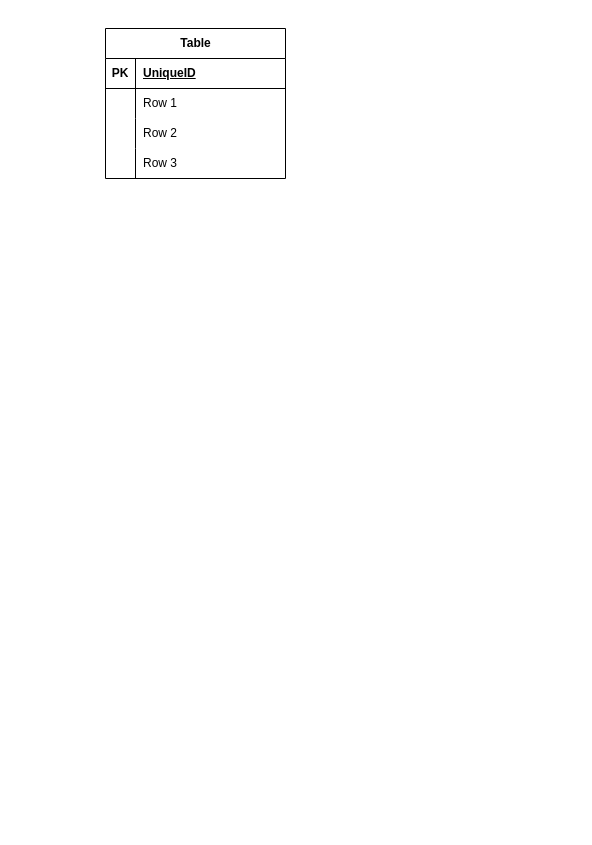
The draw.io diagram Neimenovani dijagram.drawio in storiaca/sql-baze, before the edit. Source tidied: cells renumbered, new cells numbered last; positions are measured from the earlier drawing's top-left corner, leaving out a move shared by most shapes. Both pictures are drawn from the tidied source at 100%, with x=0, y=0 at pixel (105, 28).
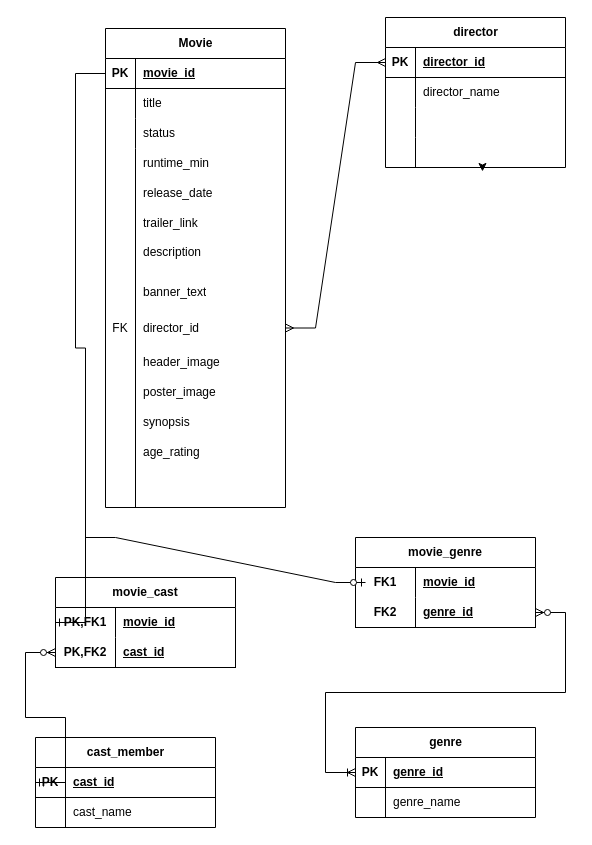
The same diagram, later.

The change refers to these unchanged cells:
```xml
<mxCell id="3" style="shape=tableRow;horizontal=0;startSize=0;swimlaneHead=0;swimlaneBody=0;fillColor=none;points=[[0,0.5],[1,0.5]];portConstraint=eastwest;top=0;left=0;right=0;bottom=1;" parent="2" vertex="1">
  <mxGeometry y="30" width="180" height="30" as="geometry" />
</mxCell>
<mxCell id="6" style="shape=tableRow;horizontal=0;startSize=0;swimlaneHead=0;swimlaneBody=0;fillColor=none;top=0;left=0;right=0;bottom=0;" parent="2" vertex="1">
  <mxGeometry y="60" width="180" height="30" as="geometry" />
</mxCell>
<mxCell id="9" style="shape=tableRow;horizontal=0;startSize=0;swimlaneHead=0;swimlaneBody=0;fillColor=none;top=0;left=0;right=0;bottom=0;" parent="2" vertex="1">
  <mxGeometry y="90" width="180" height="30" as="geometry" />
</mxCell>
```

What changed in the source:
```diff
@@
-    <mxCell id="2" value="Table" style="shape=table;startSize=30;childLayout=tableLayout;rowLines=0;fontStyle=1;align=center;html=1;" parent="1" vertex="1">
-      <mxGeometry width="180" height="150" as="geometry" />
+    <mxCell id="2" value="Movie" style="shape=table;startSize=30;childLayout=tableLayout;rowLines=0;fontStyle=1;align=center;html=1;" parent="1" vertex="1">
+      <mxGeometry width="180" height="479" as="geometry" />
     </mxCell>
@@
-    <mxCell id="5" value="UniqueID" style="shape=partialRectangle;fillColor=none;top=0;left=0;bottom=0;right=0;align=left;spacingLeft=6;fontStyle=5;overflow=hidden;whiteSpace=wrap;html=1;" parent="3" vertex="1">
+    <mxCell id="5" value="movie_id" style="shape=partialRectangle;fillColor=none;top=0;left=0;bottom=0;right=0;align=left;spacingLeft=6;fontStyle=5;overflow=hidden;whiteSpace=wrap;html=1;" parent="3" vertex="1">
       <mxGeometry x="30" width="150" height="30" as="geometry" />
     </mxCell>
@@
-    <mxCell id="8" value="Row 1" style="shape=partialRectangle;fillColor=none;top=0;left=0;bottom=0;right=0;align=left;spacingLeft=6;overflow=hidden;whiteSpace=wrap;html=1;" parent="6" vertex="1">
+    <mxCell id="8" value="title" style="shape=partialRectangle;fillColor=none;top=0;left=0;bottom=0;right=0;align=left;spacingLeft=6;overflow=hidden;whiteSpace=wrap;html=1;" parent="6" vertex="1">
       <mxGeometry x="30" width="150" height="30" as="geometry" />
     </mxCell>
@@
-    <mxCell id="11" value="Row 2" style="shape=partialRectangle;fillColor=none;top=0;left=0;bottom=0;right=0;align=left;spacingLeft=6;overflow=hidden;whiteSpace=wrap;html=1;" parent="9" vertex="1">
+    <mxCell id="11" value="status" style="shape=partialRectangle;fillColor=none;top=0;left=0;bottom=0;right=0;align=left;spacingLeft=6;overflow=hidden;whiteSpace=wrap;html=1;" parent="9" vertex="1">
       <mxGeometry x="30" width="150" height="30" as="geometry" />
     </mxCell>
     <mxCell id="12" style="shape=tableRow;horizontal=0;startSize=0;swimlaneHead=0;swimlaneBody=0;fillColor=none;points=[[0,0.5],[1,0.5]];portConstraint=eastwest;top=0;left=0;right=0;bottom=0;" parent="2" vertex="1">
-      <mxGeometry y="120" width="180" height="30" as="geometry" />
+      <mxGeometry y="120" width="180" height="359" as="geometry" />
     </mxCell>
-    <mxCell id="13" style="shape=partialRectangle;fillColor=none;top=0;left=0;bottom=0;right=0;overflow=hidden;whiteSpace=wrap;html=1;" parent="12" vertex="1">
-      <mxGeometry width="30" height="30" as="geometry" />
+    <mxCell id="13" value="FK" style="shape=partialRectangle;fillColor=none;top=0;left=0;bottom=0;right=0;overflow=hidden;whiteSpace=wrap;html=1;" parent="12" vertex="1">
+      <mxGeometry width="30" height="359" as="geometry" />
     </mxCell>
-    <mxCell id="14" value="Row 3" style="shape=partialRectangle;fillColor=none;top=0;left=0;bottom=0;right=0;align=left;spacingLeft=6;overflow=hidden;whiteSpace=wrap;html=1;" parent="12" vertex="1">
-      <mxGeometry x="30" width="150" height="30" as="geometry" />
+    <mxCell id="14" value="director_id" style="shape=partialRectangle;fillColor=none;top=0;left=0;bottom=0;right=0;align=left;spacingLeft=6;overflow=hidden;whiteSpace=wrap;html=1;" parent="12" vertex="1">
+      <mxGeometry x="30" width="150" height="359" as="geometry" />
     </mxCell>
+    <mxCell id="15" value="release_date" style="shape=partialRectangle;fillColor=none;top=0;left=0;bottom=0;right=0;align=left;spacingLeft=6;overflow=hidden;whiteSpace=wrap;html=1;" parent="1" vertex="1">
+      <mxGeometry x="30" y="150" width="150" height="30" as="geometry" />
+    </mxCell>
+    <mxCell id="16" value="runtime_min" style="shape=partialRectangle;fillColor=none;top=0;left=0;bottom=0;right=0;align=left;spacingLeft=6;overflow=hidden;whiteSpace=wrap;html=1;" parent="1" vertex="1">
+      <mxGeometry x="30" y="119" width="150" height="31" as="geometry" />
+    </mxCell>
+    <mxCell id="17" value="header_image" style="shape=partialRectangle;fillColor=none;top=0;left=0;bottom=0;right=0;align=left;spacingLeft=6;overflow=hidden;whiteSpace=wrap;html=1;" parent="1" vertex="1">
+      <mxGeometry x="30" y="319" width="150" height="30" as="geometry" />
+    </mxCell>
+    <mxCell id="18" value="description" style="shape=partialRectangle;fillColor=none;top=0;left=0;bottom=0;right=0;align=left;spacingLeft=6;overflow=hidden;whiteSpace=wrap;html=1;" parent="1" vertex="1">
+      <mxGeometry x="30" y="209" width="150" height="30" as="geometry" />
+    </mxCell>
+    <mxCell id="19" value="trailer_link" style="shape=partialRectangle;fillColor=none;top=0;left=0;bottom=0;right=0;align=left;spacingLeft=6;overflow=hidden;whiteSpace=wrap;html=1;" parent="1" vertex="1">
+      <mxGeometry x="30" y="180" width="150" height="30" as="geometry" />
+    </mxCell>
+    <mxCell id="20" value="banner_text" style="shape=partialRectangle;fillColor=none;top=0;left=0;bottom=0;right=0;align=left;spacingLeft=6;overflow=hidden;whiteSpace=wrap;html=1;" parent="1" vertex="1">
+      <mxGeometry x="30" y="249" width="150" height="30" as="geometry" />
+    </mxCell>
+    <mxCell id="21" value="poster_image" style="shape=partialRectangle;fillColor=none;top=0;left=0;bottom=0;right=0;align=left;spacingLeft=6;overflow=hidden;whiteSpace=wrap;html=1;" parent="1" vertex="1">
+      <mxGeometry x="30" y="349" width="150" height="30" as="geometry" />
+    </mxCell>
+    <mxCell id="22" value="synopsis" style="shape=partialRectangle;fillColor=none;top=0;left=0;bottom=0;right=0;align=left;spacingLeft=6;overflow=hidden;whiteSpace=wrap;html=1;" parent="1" vertex="1">
+      <mxGeometry x="30" y="379" width="150" height="30" as="geometry" />
+    </mxCell>
+    <mxCell id="23" value="director" style="shape=table;startSize=30;childLayout=tableLayout;rowLines=0;fontStyle=1;align=center;html=1;" parent="1" vertex="1">
+      <mxGeometry x="280" y="-11" width="180" height="150" as="geometry" />
+    </mxCell>
+    <mxCell id="24" style="shape=tableRow;horizontal=0;startSize=0;swimlaneHead=0;swimlaneBody=0;fillColor=none;points=[[0,0.5],[1,0.5]];portConstraint=eastwest;top=0;left=0;right=0;bottom=1;" parent="23" vertex="1">
+      <mxGeometry y="30" width="180" height="30" as="geometry" />
+    </mxCell>
+    <mxCell id="25" value="PK" style="shape=partialRectangle;fillColor=none;top=0;left=0;bottom=0;right=0;fontStyle=1;overflow=hidden;whiteSpace=wrap;html=1;" parent="24" vertex="1">
+      <mxGeometry width="30" height="30" as="geometry" />
+    </mxCell>
+    <mxCell id="26" value="director_id" style="shape=partialRectangle;fillColor=none;top=0;left=0;bottom=0;right=0;align=left;spacingLeft=6;fontStyle=5;overflow=hidden;whiteSpace=wrap;html=1;" parent="24" vertex="1">
+      <mxGeometry x="30" width="150" height="30" as="geometry" />
+    </mxCell>
+    <mxCell id="27" style="shape=tableRow;horizontal=0;startSize=0;swimlaneHead=0;swimlaneBody=0;fillColor=none;top=0;left=0;right=0;bottom=0;" parent="23" vertex="1">
+      <mxGeometry y="60" width="180" height="30" as="geometry" />
+    </mxCell>
+    <mxCell id="28" style="shape=partialRectangle;fillColor=none;top=0;left=0;bottom=0;right=0;overflow=hidden;whiteSpace=wrap;html=1;" parent="27" vertex="1">
+      <mxGeometry width="30" height="30" as="geometry" />
+    </mxCell>
+    <mxCell id="29" value="director_name" style="shape=partialRectangle;fillColor=none;top=0;left=0;bottom=0;right=0;align=left;spacingLeft=6;overflow=hidden;whiteSpace=wrap;html=1;" parent="27" vertex="1">
+      <mxGeometry x="30" width="150" height="30" as="geometry" />
+    </mxCell>
+    <mxCell id="30" style="shape=tableRow;horizontal=0;startSize=0;swimlaneHead=0;swimlaneBody=0;fillColor=none;top=0;left=0;right=0;bottom=0;" parent="23" vertex="1">
+      <mxGeometry y="90" width="180" height="30" as="geometry" />
+    </mxCell>
+    <mxCell id="31" style="shape=partialRectangle;fillColor=none;top=0;left=0;bottom=0;right=0;overflow=hidden;whiteSpace=wrap;html=1;" parent="30" vertex="1">
+      <mxGeometry width="30" height="30" as="geometry" />
+    </mxCell>
+    <mxCell id="32" style="shape=partialRectangle;fillColor=none;top=0;left=0;bottom=0;right=0;align=left;spacingLeft=6;overflow=hidden;whiteSpace=wrap;html=1;" parent="30" vertex="1">
+      <mxGeometry x="30" width="150" height="30" as="geometry" />
+    </mxCell>
+    <mxCell id="33" style="shape=tableRow;horizontal=0;startSize=0;swimlaneHead=0;swimlaneBody=0;fillColor=none;points=[[0,0.5],[1,0.5]];portConstraint=eastwest;top=0;left=0;right=0;bottom=0;" parent="23" vertex="1">
+      <mxGeometry y="120" width="180" height="30" as="geometry" />
+    </mxCell>
+    <mxCell id="34" style="shape=partialRectangle;fillColor=none;top=0;left=0;bottom=0;right=0;overflow=hidden;whiteSpace=wrap;html=1;" parent="33" vertex="1">
+      <mxGeometry width="30" height="30" as="geometry" />
+    </mxCell>
+    <mxCell id="35" style="shape=partialRectangle;fillColor=none;top=0;left=0;bottom=0;right=0;align=left;spacingLeft=6;overflow=hidden;whiteSpace=wrap;html=1;" parent="33" vertex="1">
+      <mxGeometry x="30" width="150" height="30" as="geometry" />
+    </mxCell>
+    <mxCell id="36" style="edgeStyle=orthogonalEdgeStyle;rounded=0;jettySize=auto;html=1;exitX=0.5;exitY=1;exitDx=0;exitDy=0;entryX=0.539;entryY=1.133;entryDx=0;entryDy=0;entryPerimeter=0;" parent="23" edge="1" source="23" target="33">
+      <mxGeometry relative="1" as="geometry" />
+    </mxCell>
+    <mxCell id="37" value="age_rating" style="shape=partialRectangle;fillColor=none;top=0;left=0;bottom=0;right=0;align=left;spacingLeft=6;overflow=hidden;whiteSpace=wrap;html=1;" parent="1" vertex="1">
+      <mxGeometry x="30" y="409" width="150" height="30" as="geometry" />
+    </mxCell>
+    <mxCell id="38" style="edgeStyle=entityRelationEdgeStyle;fontSize=12;html=1;endArrow=ERmany;startArrow=ERmany;rounded=0;exitX=1;exitY=0.5;exitDx=0;exitDy=0;entryX=0;entryY=0.5;entryDx=0;entryDy=0;" parent="1" edge="1" source="12" target="24">
+      <mxGeometry relative="1" as="geometry" />
+    </mxCell>
+    <mxCell id="39" value="cast_member" style="shape=table;startSize=30;childLayout=tableLayout;rowLines=0;fontStyle=1;align=center;html=1;" parent="1" vertex="1">
+      <mxGeometry x="-70" y="709" width="180" height="90" as="geometry" />
+    </mxCell>
+    <mxCell id="40" style="shape=tableRow;horizontal=0;startSize=0;swimlaneHead=0;swimlaneBody=0;fillColor=none;points=[[0,0.5],[1,0.5]];portConstraint=eastwest;top=0;left=0;right=0;bottom=1;" parent="39" vertex="1">
+      <mxGeometry y="30" width="180" height="30" as="geometry" />
+    </mxCell>
+    <mxCell id="41" value="PK" style="shape=partialRectangle;fillColor=none;top=0;left=0;bottom=0;right=0;fontStyle=1;overflow=hidden;whiteSpace=wrap;html=1;" parent="40" vertex="1">
+      <mxGeometry width="30" height="30" as="geometry" />
+    </mxCell>
+    <mxCell id="42" value="cast_id" style="shape=partialRectangle;fillColor=none;top=0;left=0;bottom=0;right=0;align=left;spacingLeft=6;fontStyle=5;overflow=hidden;whiteSpace=wrap;html=1;" parent="40" vertex="1">
+      <mxGeometry x="30" width="150" height="30" as="geometry" />
+    </mxCell>
+    <mxCell id="43" style="shape=tableRow;horizontal=0;startSize=0;swimlaneHead=0;swimlaneBody=0;fillColor=none;top=0;left=0;right=0;bottom=0;" parent="39" vertex="1">
+      <mxGeometry y="60" width="180" height="30" as="geometry" />
+    </mxCell>
+    <mxCell id="44" style="shape=partialRectangle;fillColor=none;top=0;left=0;bottom=0;right=0;overflow=hidden;whiteSpace=wrap;html=1;" parent="43" vertex="1">
+      <mxGeometry width="30" height="30" as="geometry" />
+    </mxCell>
+    <mxCell id="45" value="cast_name" style="shape=partialRectangle;fillColor=none;top=0;left=0;bottom=0;right=0;align=left;spacingLeft=6;overflow=hidden;whiteSpace=wrap;html=1;" parent="43" vertex="1">
+      <mxGeometry x="30" width="150" height="30" as="geometry" />
+    </mxCell>
+    <mxCell id="46" value="movie_cast" style="shape=table;startSize=30;childLayout=tableLayout;rowLines=0;fontStyle=1;align=center;html=1;whiteSpace=wrap;" parent="1" vertex="1">
+      <mxGeometry x="-50" y="549" width="180" height="90" as="geometry" />
+    </mxCell>
+    <mxCell id="47" style="shape=tableRow;horizontal=0;startSize=0;swimlaneHead=0;swimlaneBody=0;fillColor=none;points=[[0,0.5],[1,0.5]];portConstraint=eastwest;top=0;left=0;right=0;bottom=0;html=1;" parent="46" vertex="1">
+      <mxGeometry y="30" width="180" height="30" as="geometry" />
+    </mxCell>
+    <mxCell id="48" value="PK,FK1" style="shape=partialRectangle;fillColor=none;top=0;left=0;bottom=0;right=0;fontStyle=1;overflow=hidden;html=1;whiteSpace=wrap;" parent="47" vertex="1">
+      <mxGeometry width="60" height="30" as="geometry" />
+    </mxCell>
+    <mxCell id="49" value="movie_id" style="shape=partialRectangle;fillColor=none;top=0;left=0;bottom=0;right=0;align=left;spacingLeft=6;fontStyle=5;overflow=hidden;html=1;whiteSpace=wrap;" parent="47" vertex="1">
+      <mxGeometry x="60" width="120" height="30" as="geometry" />
+    </mxCell>
+    <mxCell id="50" style="shape=tableRow;horizontal=0;startSize=0;swimlaneHead=0;swimlaneBody=0;fillColor=none;points=[[0,0.5],[1,0.5]];portConstraint=eastwest;top=0;left=0;right=0;bottom=1;html=1;" parent="46" vertex="1">
+      <mxGeometry y="60" width="180" height="30" as="geometry" />
+    </mxCell>
+    <mxCell id="51" value="PK,FK2" style="shape=partialRectangle;fillColor=none;top=0;left=0;bottom=0;right=0;fontStyle=1;overflow=hidden;html=1;whiteSpace=wrap;" parent="50" vertex="1">
+      <mxGeometry width="60" height="30" as="geometry" />
+    </mxCell>
+    <mxCell id="52" value="cast_id" style="shape=partialRectangle;fillColor=none;top=0;left=0;bottom=0;right=0;align=left;spacingLeft=6;fontStyle=5;overflow=hidden;html=1;whiteSpace=wrap;" parent="50" vertex="1">
+      <mxGeometry x="60" width="120" height="30" as="geometry" />
+    </mxCell>
+    <mxCell id="53" style="edgeStyle=entityRelationEdgeStyle;fontSize=12;html=1;endArrow=ERone;endFill=1;rounded=0;entryX=0;entryY=0.5;entryDx=0;entryDy=0;" parent="1" edge="1" source="3" target="47">
+      <mxGeometry relative="1" as="geometry">
+        <Array as="points">
+          <mxPoint x="-40" y="369" />
+          <mxPoint x="-40" y="329" />
+          <mxPoint x="-80" y="319" />
+          <mxPoint x="250" y="609" />
+          <mxPoint x="-70" y="329" />
+        </Array>
+      </mxGeometry>
+    </mxCell>
+    <mxCell id="54" style="edgeStyle=entityRelationEdgeStyle;fontSize=12;html=1;endArrow=ERzeroToMany;startArrow=ERmandOne;rounded=0;entryX=0;entryY=0.5;entryDx=0;entryDy=0;exitX=0;exitY=0.5;exitDx=0;exitDy=0;" parent="1" edge="1" source="40" target="50">
+      <mxGeometry relative="1" as="geometry" />
+    </mxCell>
+    <mxCell id="55" value="genre" style="shape=table;startSize=30;childLayout=tableLayout;rowLines=0;fontStyle=1;align=center;html=1;" parent="1" vertex="1">
+      <mxGeometry x="250" y="699" width="180" height="90" as="geometry" />
+    </mxCell>
+    <mxCell id="56" style="shape=tableRow;horizontal=0;startSize=0;swimlaneHead=0;swimlaneBody=0;fillColor=none;top=0;left=0;right=0;bottom=1;" parent="55" vertex="1">
+      <mxGeometry y="30" width="180" height="30" as="geometry" />
+    </mxCell>
+    <mxCell id="57" value="PK" style="shape=partialRectangle;fillColor=none;top=0;left=0;bottom=0;right=0;fontStyle=1;overflow=hidden;whiteSpace=wrap;html=1;" parent="56" vertex="1">
+      <mxGeometry width="30" height="30" as="geometry" />
+    </mxCell>
+    <mxCell id="58" value="genre_id" style="shape=partialRectangle;fillColor=none;top=0;left=0;bottom=0;right=0;align=left;spacingLeft=6;fontStyle=5;overflow=hidden;whiteSpace=wrap;html=1;" parent="56" vertex="1">
+      <mxGeometry x="30" width="150" height="30" as="geometry" />
+    </mxCell>
+    <mxCell id="59" style="shape=tableRow;horizontal=0;startSize=0;swimlaneHead=0;swimlaneBody=0;fillColor=none;top=0;left=0;right=0;bottom=0;" parent="55" vertex="1">
+      <mxGeometry y="60" width="180" height="30" as="geometry" />
+    </mxCell>
+    <mxCell id="60" style="shape=partialRectangle;fillColor=none;top=0;left=0;bottom=0;right=0;overflow=hidden;whiteSpace=wrap;html=1;" parent="59" vertex="1">
+      <mxGeometry width="30" height="30" as="geometry" />
+    </mxCell>
+    <mxCell id="61" value="genre_name" style="shape=partialRectangle;fillColor=none;top=0;left=0;bottom=0;right=0;align=left;spacingLeft=6;overflow=hidden;whiteSpace=wrap;html=1;" parent="59" vertex="1">
+      <mxGeometry x="30" width="150" height="30" as="geometry" />
+    </mxCell>
+    <mxCell id="62" value="movie_genre" style="shape=table;startSize=30;childLayout=tableLayout;rowLines=0;fontStyle=1;align=center;html=1;whiteSpace=wrap;" parent="1" vertex="1">
+      <mxGeometry x="250" y="509" width="180" height="90" as="geometry" />
+    </mxCell>
+    <mxCell id="63" style="shape=tableRow;horizontal=0;startSize=0;swimlaneHead=0;swimlaneBody=0;fillColor=none;top=0;left=0;right=0;bottom=0;html=1;" parent="62" vertex="1">
+      <mxGeometry y="30" width="180" height="30" as="geometry" />
+    </mxCell>
+    <mxCell id="64" value="FK1" style="shape=partialRectangle;fillColor=none;top=0;left=0;bottom=0;right=0;fontStyle=1;overflow=hidden;html=1;whiteSpace=wrap;" parent="63" vertex="1">
+      <mxGeometry width="60" height="30" as="geometry" />
+    </mxCell>
+    <mxCell id="65" value="movie_id" style="shape=partialRectangle;fillColor=none;top=0;left=0;bottom=0;right=0;align=left;spacingLeft=6;fontStyle=5;overflow=hidden;html=1;whiteSpace=wrap;" parent="63" vertex="1">
+      <mxGeometry x="60" width="120" height="30" as="geometry" />
+    </mxCell>
+    <mxCell id="66" style="shape=tableRow;horizontal=0;startSize=0;swimlaneHead=0;swimlaneBody=0;fillColor=none;points=[[0,0.5],[1,0.5]];portConstraint=eastwest;top=0;left=0;right=0;bottom=1;html=1;" parent="62" vertex="1">
+      <mxGeometry y="60" width="180" height="30" as="geometry" />
+    </mxCell>
+    <mxCell id="67" value="FK2" style="shape=partialRectangle;fillColor=none;top=0;left=0;bottom=0;right=0;fontStyle=1;overflow=hidden;html=1;whiteSpace=wrap;" parent="66" vertex="1">
+      <mxGeometry width="60" height="30" as="geometry" />
+    </mxCell>
+    <mxCell id="68" value="genre_id" style="shape=partialRectangle;fillColor=none;top=0;left=0;bottom=0;right=0;align=left;spacingLeft=6;fontStyle=5;overflow=hidden;html=1;whiteSpace=wrap;" parent="66" vertex="1">
+      <mxGeometry x="60" width="120" height="30" as="geometry" />
+    </mxCell>
+    <mxCell id="69" style="edgeStyle=entityRelationEdgeStyle;fontSize=12;html=1;endArrow=ERoneToMany;startArrow=ERzeroToMany;rounded=0;exitX=1;exitY=0.5;exitDx=0;exitDy=0;" parent="1" edge="1" source="66">
+      <mxGeometry relative="1" as="geometry">
+        <mxPoint x="250" y="744" as="targetPoint" />
+      </mxGeometry>
+    </mxCell>
+    <mxCell id="70" style="edgeStyle=entityRelationEdgeStyle;fontSize=12;html=1;endArrow=ERzeroToOne;endFill=1;rounded=0;" parent="1" edge="1">
+      <mxGeometry relative="1" as="geometry">
+        <mxPoint x="-20" y="509" as="sourcePoint" />
+        <mxPoint x="260" y="554" as="targetPoint" />
+      </mxGeometry>
+    </mxCell>
```
